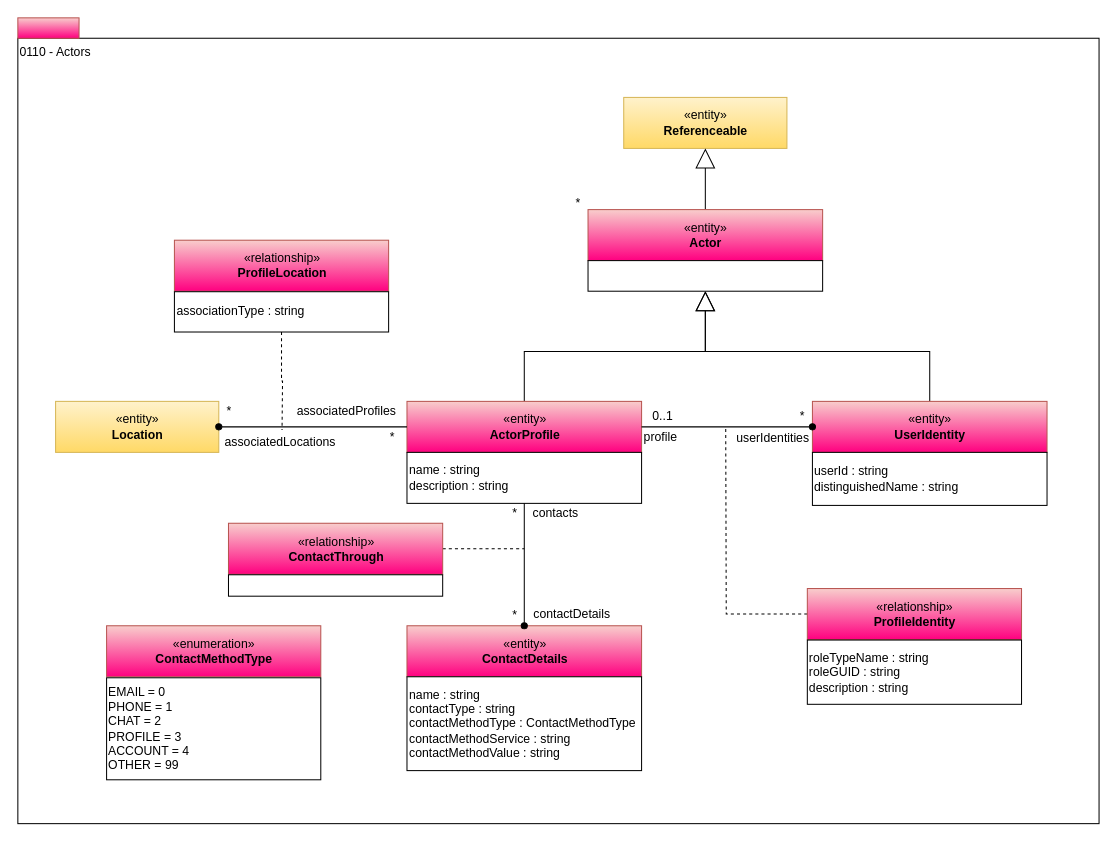
odpi/egeria-docs keeps this draw.io diagram as page "0110-Actors" (2 of 16) of site/docs/types/1/area-1-collaboration.drawio. Above is the earlier version. Source tidied: cells renumbered, new cells numbered last; positions are measured from the earlier drawing's top-left corner, leaving out a move shared by most shapes. Both pictures are drawn from the tidied source at 102%, with x=0, y=0 at pixel (17, 17).
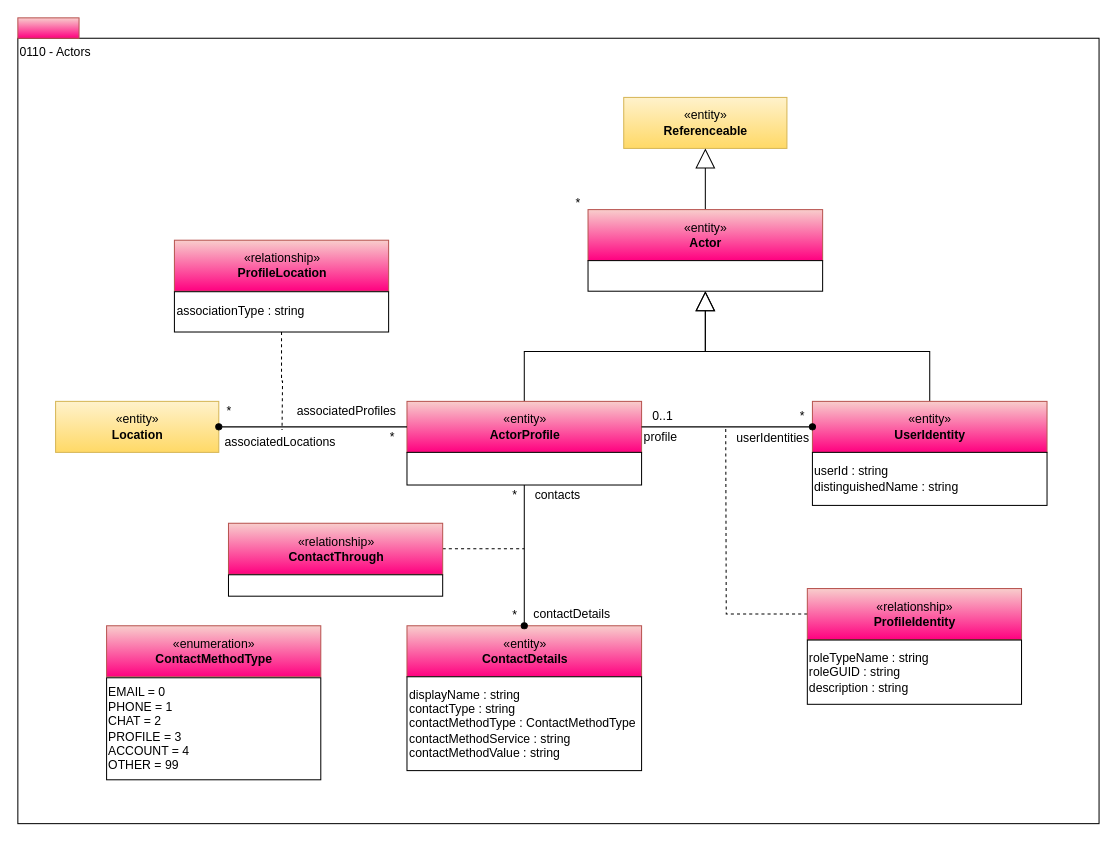
The same page after the edit.

What changed in the source:
```diff
@@
-    <mxCell id="6" value="name : string&lt;br&gt;description : string&lt;br&gt;" style="rounded=0;whiteSpace=wrap;html=1;align=left;" parent="1" vertex="1">
-      <mxGeometry x="381.5" y="426" width="230" height="50" as="geometry" />
+    <mxCell id="6" style="rounded=0;whiteSpace=wrap;html=1;align=left;" parent="1" vertex="1">
+      <mxGeometry x="381.5" y="426" width="230" height="32" as="geometry" />
     </mxCell>
@@
-    <mxCell id="11" value="name : string&lt;br&gt;contactType : string&lt;br&gt;contactMethodType : ContactMethodType&lt;br&gt;contactMethodService : string&lt;br&gt;contactMethodValue : string" style="rounded=0;whiteSpace=wrap;html=1;align=left;" parent="1" vertex="1">
+    <mxCell id="11" value="displayName : string&lt;br&gt;contactType : string&lt;br&gt;contactMethodType : ContactMethodType&lt;br&gt;contactMethodService : string&lt;br&gt;contactMethodValue : string" style="rounded=0;whiteSpace=wrap;html=1;align=left;" parent="1" vertex="1">
       <mxGeometry x="381.5" y="646" width="230" height="92" as="geometry" />
     </mxCell>
@@
     <mxCell id="15" value="*" style="text;html=1;align=center;verticalAlign=top;spacingTop=-4;" parent="1" vertex="1">
-      <mxGeometry x="476.5" y="476" width="20" height="20" as="geometry" />
+      <mxGeometry x="476.5" y="458" width="20" height="20" as="geometry" />
     </mxCell>
@@
     <mxCell id="17" value="contacts" style="text;html=1;align=center;verticalAlign=top;spacingTop=-4;" parent="1" vertex="1">
-      <mxGeometry x="496.5" y="476" width="60" height="20" as="geometry" />
+      <mxGeometry x="499" y="458" width="60" height="20" as="geometry" />
     </mxCell>
```
